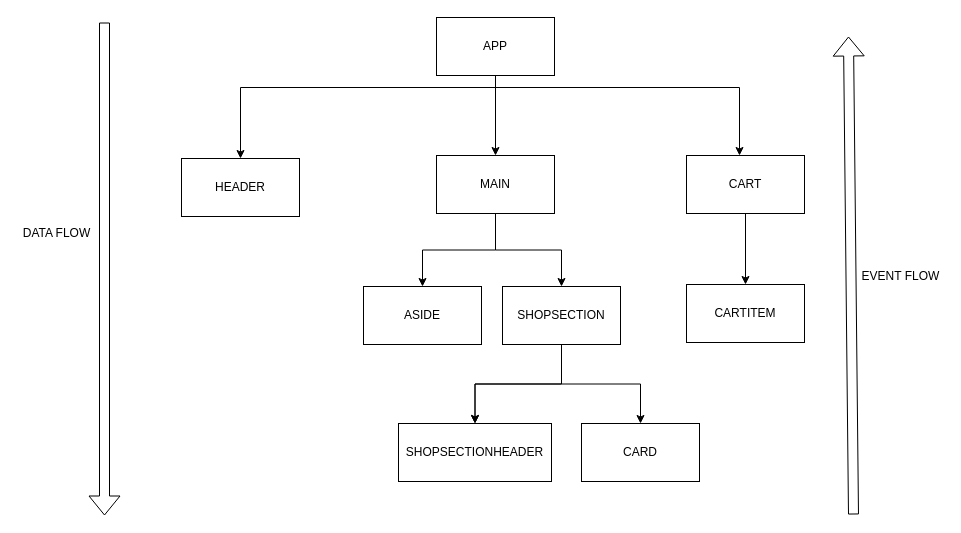
Before: React/Lesson_03/Diagram.drawio in VovaMelnyk/FE-28, a draw.io diagram. Source tidied: cells renumbered, new cells numbered last; positions are measured from the earlier drawing's top-left corner, leaving out a move shared by most shapes. Both pictures are drawn from the tidied source at 100%, with x=0, y=0 at pixel (17, 17).
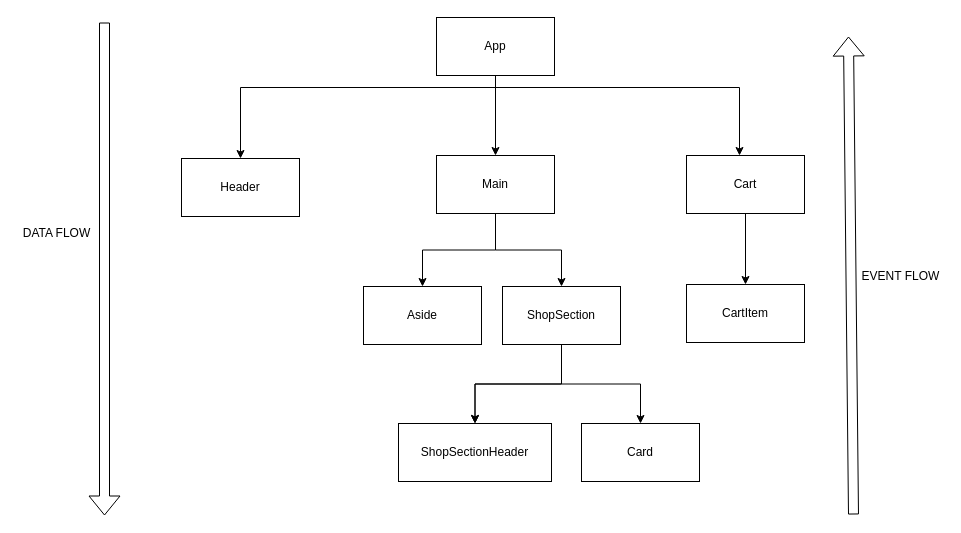
Above is the later version.

Change to the diagram source:
```diff
@@
-    <mxCell id="5" value="APP" style="rounded=0;whiteSpace=wrap;html=1;" parent="1" vertex="1">
+    <mxCell id="5" value="App" style="rounded=0;whiteSpace=wrap;html=1;" parent="1" vertex="1">
       <mxGeometry x="419" width="118" height="58" as="geometry" />
     </mxCell>
@@
-    <mxCell id="7" value="CART" style="rounded=0;whiteSpace=wrap;html=1;" parent="1" vertex="1">
+    <mxCell id="7" value="Cart" style="rounded=0;whiteSpace=wrap;html=1;" parent="1" vertex="1">
       <mxGeometry x="669" y="138" width="118" height="58" as="geometry" />
     </mxCell>
-    <mxCell id="8" value="CARTITEM" style="rounded=0;whiteSpace=wrap;html=1;" parent="1" vertex="1">
+    <mxCell id="8" value="CartItem" style="rounded=0;whiteSpace=wrap;html=1;" parent="1" vertex="1">
       <mxGeometry x="669" y="267" width="118" height="58" as="geometry" />
     </mxCell>
@@
-    <mxCell id="11" value="MAIN" style="rounded=0;whiteSpace=wrap;html=1;" parent="1" vertex="1">
+    <mxCell id="11" value="Main" style="rounded=0;whiteSpace=wrap;html=1;" parent="1" vertex="1">
       <mxGeometry x="419" y="138" width="118" height="58" as="geometry" />
     </mxCell>
@@
-    <mxCell id="15" value="SHOPSECTION" style="rounded=0;whiteSpace=wrap;html=1;" parent="1" vertex="1">
+    <mxCell id="15" value="ShopSection" style="rounded=0;whiteSpace=wrap;html=1;" parent="1" vertex="1">
       <mxGeometry x="485" y="269" width="118" height="58" as="geometry" />
     </mxCell>
-    <mxCell id="16" value="CARD" style="rounded=0;whiteSpace=wrap;html=1;" parent="1" vertex="1">
+    <mxCell id="16" value="Card" style="rounded=0;whiteSpace=wrap;html=1;" parent="1" vertex="1">
       <mxGeometry x="564" y="406" width="118" height="58" as="geometry" />
     </mxCell>
-    <mxCell id="17" value="SHOPSECTIONHEADER" style="rounded=0;whiteSpace=wrap;html=1;" parent="1" vertex="1">
+    <mxCell id="17" value="ShopSectionHeader" style="rounded=0;whiteSpace=wrap;html=1;" parent="1" vertex="1">
       <mxGeometry x="381" y="406" width="153" height="58" as="geometry" />
     </mxCell>
-    <mxCell id="18" value="ASIDE" style="rounded=0;whiteSpace=wrap;html=1;" parent="1" vertex="1">
+    <mxCell id="18" value="Aside" style="rounded=0;whiteSpace=wrap;html=1;" parent="1" vertex="1">
       <mxGeometry x="346" y="269" width="118" height="58" as="geometry" />
     </mxCell>
-    <mxCell id="19" value="HEADER" style="rounded=0;whiteSpace=wrap;html=1;" parent="1" vertex="1">
+    <mxCell id="19" value="Header" style="rounded=0;whiteSpace=wrap;html=1;" parent="1" vertex="1">
       <mxGeometry x="164" y="141" width="118" height="58" as="geometry" />
     </mxCell>
```
